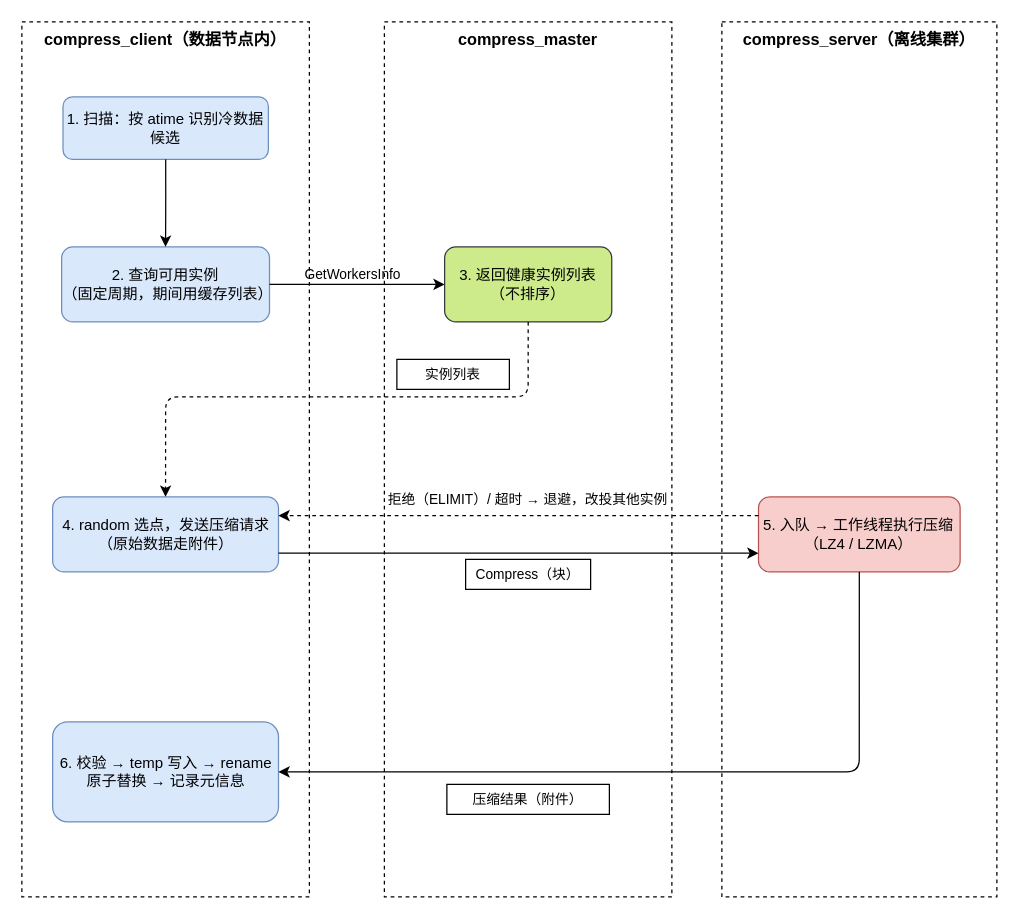
This is docs/diagrams/flow-compress.drawio from WitherLzero/distributed-compress-system, a draw.io file, before an edit. Source tidied: cells renumbered, new cells numbered last; positions are measured from the earlier drawing's top-left corner, leaving out a move shared by most shapes. Both pictures are drawn from the tidied source at 125%, with x=0, y=0 at pixel (21, 21).
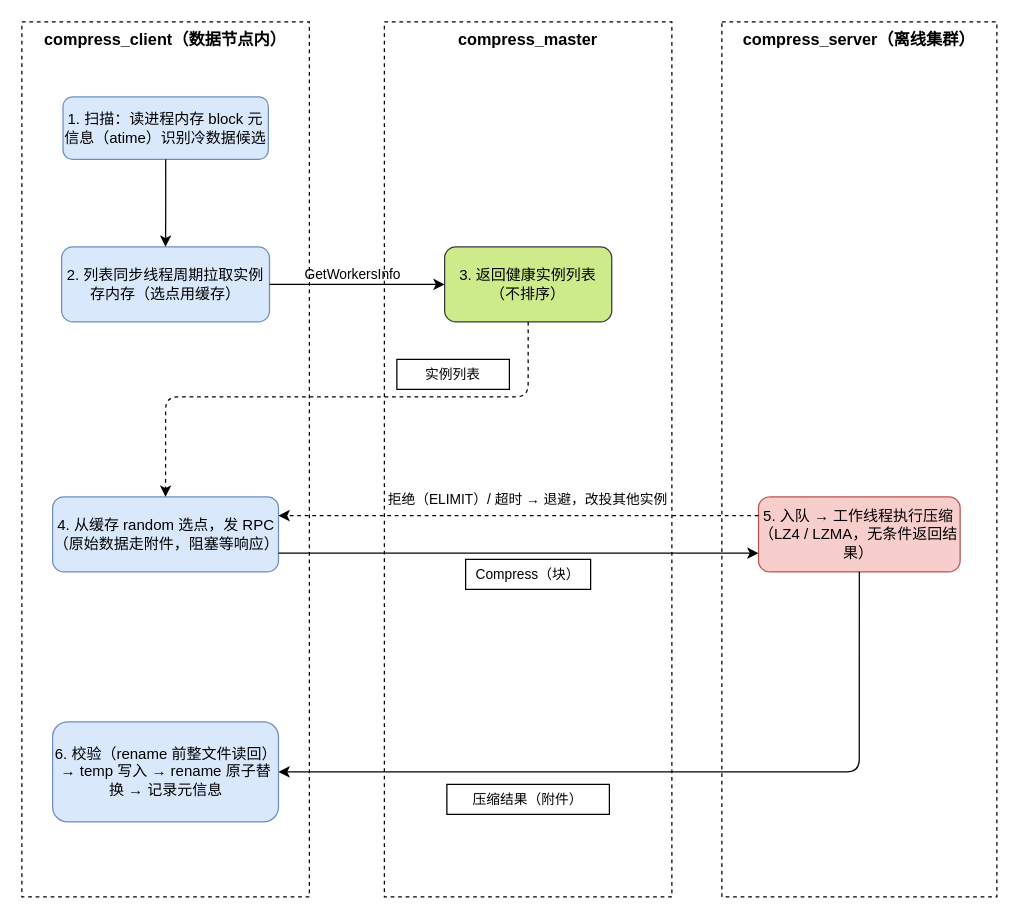
After the change.

The change refers to these unchanged cells:
```xml
<mxCell id="2" value="compress_client（数据节点内）" style="rounded=0;whiteSpace=wrap;html=1;fillColor=none;verticalAlign=top;fontStyle=1;dashed=1;fontSize=13;" parent="1" vertex="1">
  <mxGeometry width="230" height="700" as="geometry" />
</mxCell>
<mxCell id="13" value="compress_server（离线集群）" style="rounded=0;whiteSpace=wrap;html=1;fillColor=none;verticalAlign=top;fontStyle=1;dashed=1;fontSize=13;" parent="1" vertex="1">
  <mxGeometry x="560" width="220" height="700" as="geometry" />
</mxCell>
```

What changed in the source:
```diff
@@
-    <mxCell id="3" value="1. 扫描：按 atime 识别冷数据候选" style="rounded=1;whiteSpace=wrap;html=1;fillColor=#dae8fc;strokeColor=#6c8ebf;" parent="2" vertex="1">
+    <mxCell id="3" value="1. 扫描：读进程内存 block 元信息（atime）识别冷数据候选" style="rounded=1;whiteSpace=wrap;html=1;fillColor=#dae8fc;strokeColor=#6c8ebf;" parent="2" vertex="1">
       <mxGeometry x="32.9" y="60" width="164.3" height="50" as="geometry" />
     </mxCell>
-    <mxCell id="4" value="2. 查询可用实例&lt;div&gt;（固定周期，期间用缓存列表）&lt;/div&gt;" style="rounded=1;whiteSpace=wrap;html=1;fillColor=#dae8fc;strokeColor=#6c8ebf;" parent="2" vertex="1">
+    <mxCell id="4" value="2. 列表同步线程周期拉取实例&lt;div&gt;存内存（选点用缓存）&lt;/div&gt;" style="rounded=1;whiteSpace=wrap;html=1;fillColor=#dae8fc;strokeColor=#6c8ebf;" parent="2" vertex="1">
       <mxGeometry x="31.8" y="180" width="166.3" height="60" as="geometry" />
     </mxCell>
-    <mxCell id="5" value="4. random 选点，发送压缩请求&lt;div&gt;（原始数据走附件）&lt;/div&gt;" style="rounded=1;whiteSpace=wrap;html=1;fillColor=#dae8fc;strokeColor=#6c8ebf;" parent="2" vertex="1">
+    <mxCell id="5" value="4. 从缓存 random 选点，发 RPC&lt;div&gt;（原始数据走附件，阻塞等响应）&lt;/div&gt;" style="rounded=1;whiteSpace=wrap;html=1;fillColor=#dae8fc;strokeColor=#6c8ebf;" parent="2" vertex="1">
       <mxGeometry x="24.6" y="380" width="180.7" height="60" as="geometry" />
     </mxCell>
-    <mxCell id="6" value="6. 校验 → temp 写入 → rename 原子替换 → 记录元信息" style="rounded=1;whiteSpace=wrap;html=1;fillColor=#dae8fc;strokeColor=#6c8ebf;" parent="2" vertex="1">
+    <mxCell id="6" value="6. 校验（rename 前整文件读回）→ temp 写入 → rename 原子替换 → 记录元信息" style="rounded=1;whiteSpace=wrap;html=1;fillColor=#dae8fc;strokeColor=#6c8ebf;" parent="2" vertex="1">
       <mxGeometry x="24.6" y="560" width="180.7" height="80" as="geometry" />
     </mxCell>
@@
-    <mxCell id="14" value="5. 入队 → 工作线程执行压缩&lt;div&gt;（LZ4 / LZMA）&lt;/div&gt;" style="rounded=1;whiteSpace=wrap;html=1;fillColor=#f8cecc;strokeColor=#b85450;" parent="13" vertex="1">
+    <mxCell id="14" value="5. 入队 → 工作线程执行压缩&lt;div&gt;（LZ4 / LZMA，无条件返回结果）&lt;/div&gt;" style="rounded=1;whiteSpace=wrap;html=1;fillColor=#f8cecc;strokeColor=#b85450;" parent="13" vertex="1">
       <mxGeometry x="29.3" y="380" width="161.3" height="60" as="geometry" />
     </mxCell>
```
